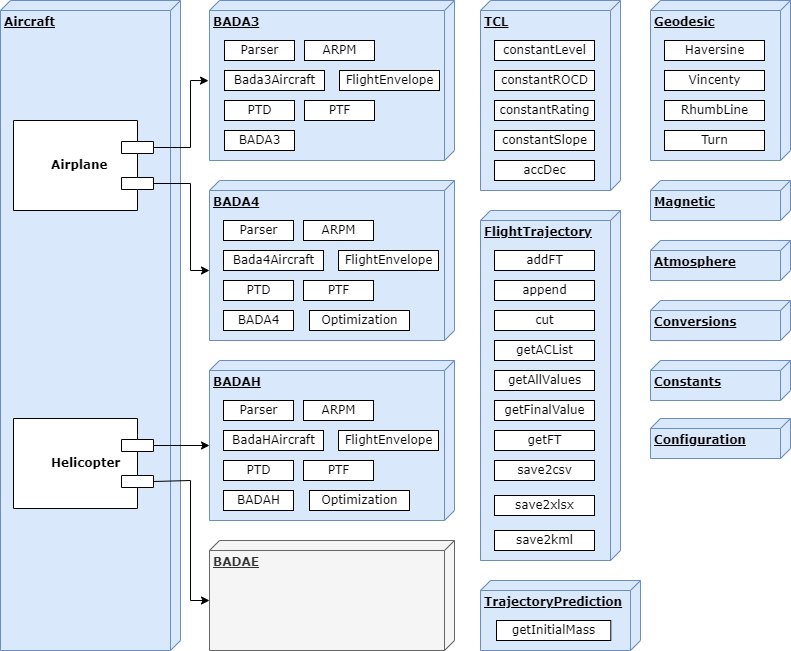
This is docs/source/_static/pyBADA_architecture.png from eurocontrol-bada/pybada, a draw.io export, as it was before one commit. Source tidied: cells renumbered, new cells last; positions are measured from the earlier drawing's top-left corner, leaving out a move shared by most shapes.
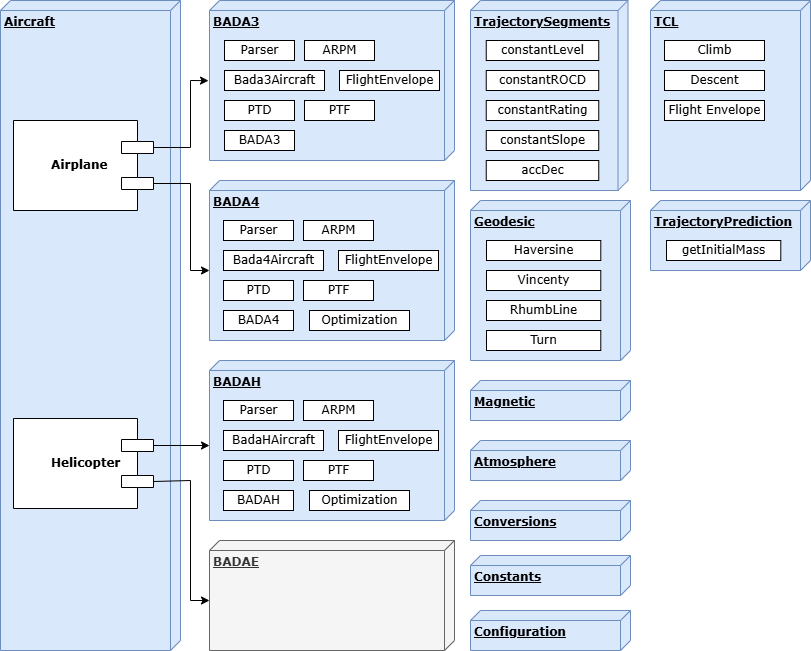
Later version of the same file.

Commit message:
minor update - architecture + 2 examples + myTypes update + MPL for BADA3 (#34)

Change to the diagram source:
```diff
@@ -133,97 +133,61 @@
       <mxGeometry x="13" y="418" width="140" height="90" as="geometry" />
     </mxCell>
     <mxCell id="40" style="group;fillColor=none;" parent="1" vertex="1">
-      <mxGeometry x="480" width="140" height="190" as="geometry" />
+      <mxGeometry x="470" width="180" height="190" as="geometry" />
     </mxCell>
-    <mxCell id="41" value="&lt;b&gt;TCL&lt;/b&gt;" style="verticalAlign=top;align=left;spacingTop=8;spacingLeft=2;spacingRight=12;shape=cube;size=10;direction=south;fontStyle=4;html=1;rounded=0;shadow=0;comic=0;labelBackgroundColor=none;strokeWidth=1;fontFamily=Verdana;fontSize=12;fillColor=#dae8fc;strokeColor=#6c8ebf;" parent="40" vertex="1">
-      <mxGeometry width="140" height="190" as="geometry" />
+    <mxCell id="41" value="&lt;b&gt;TrajectorySegments&lt;/b&gt;" style="verticalAlign=top;align=left;spacingTop=8;spacingLeft=2;spacingRight=12;shape=cube;size=10;direction=south;fontStyle=4;html=1;rounded=0;shadow=0;comic=0;labelBackgroundColor=none;strokeWidth=1;fontFamily=Verdana;fontSize=12;fillColor=#dae8fc;strokeColor=#6c8ebf;" parent="40" vertex="1">
+      <mxGeometry width="157.5" height="190" as="geometry" />
     </mxCell>
     <mxCell id="42" value="constantROCD" style="html=1;rounded=0;shadow=0;comic=0;labelBackgroundColor=none;strokeWidth=1;fontFamily=Verdana;fontSize=12;align=center;" parent="40" vertex="1">
-      <mxGeometry x="14" y="70" width="100" height="20" as="geometry" />
+      <mxGeometry x="15.8" y="70" width="112.5" height="20" as="geometry" />
     </mxCell>
     <mxCell id="43" value="accDec" style="html=1;rounded=0;shadow=0;comic=0;labelBackgroundColor=none;strokeWidth=1;fontFamily=Verdana;fontSize=12;align=center;" parent="40" vertex="1">
-      <mxGeometry x="14" y="160" width="100" height="20" as="geometry" />
+      <mxGeometry x="15.8" y="160" width="112.5" height="20" as="geometry" />
     </mxCell>
     <mxCell id="44" value="constantSlope" style="html=1;rounded=0;shadow=0;comic=0;labelBackgroundColor=none;strokeWidth=1;fontFamily=Verdana;fontSize=12;align=center;" parent="40" vertex="1">
-      <mxGeometry x="14" y="130" width="100" height="20" as="geometry" />
+      <mxGeometry x="15.8" y="130" width="112.5" height="20" as="geometry" />
     </mxCell>
     <mxCell id="45" value="constantRating" style="html=1;rounded=0;shadow=0;comic=0;labelBackgroundColor=none;strokeWidth=1;fontFamily=Verdana;fontSize=12;align=center;" parent="40" vertex="1">
-      <mxGeometry x="14" y="100" width="100" height="20" as="geometry" />
+      <mxGeometry x="15.8" y="100" width="112.5" height="20" as="geometry" />
     </mxCell>
     <mxCell id="46" value="constantLevel" style="html=1;rounded=0;shadow=0;comic=0;labelBackgroundColor=none;strokeWidth=1;fontFamily=Verdana;fontSize=12;align=center;" parent="40" vertex="1">
-      <mxGeometry x="14" y="40" width="100" height="20" as="geometry" />
+      <mxGeometry x="15.8" y="40" width="112.5" height="20" as="geometry" />
     </mxCell>
     <mxCell id="47" style="group;" parent="1" vertex="1">
-      <mxGeometry x="650" width="140" height="160" as="geometry" />
+      <mxGeometry x="470" y="200" width="160" height="160" as="geometry" />
     </mxCell>
     <mxCell id="48" value="&lt;b&gt;Geodesic&lt;/b&gt;" style="verticalAlign=top;align=left;spacingTop=8;spacingLeft=2;spacingRight=12;shape=cube;size=10;direction=south;fontStyle=4;html=1;rounded=0;shadow=0;comic=0;labelBackgroundColor=none;strokeWidth=1;fontFamily=Verdana;fontSize=12;fillColor=#dae8fc;strokeColor=#6c8ebf;" parent="47" vertex="1">
-      <mxGeometry width="140" height="160" as="geometry" />
+      <mxGeometry width="160" height="160" as="geometry" />
     </mxCell>
     <mxCell id="49" value="Vincenty" style="html=1;rounded=0;shadow=0;comic=0;labelBackgroundColor=none;strokeWidth=1;fontFamily=Verdana;fontSize=12;align=center;" parent="47" vertex="1">
-      <mxGeometry x="14" y="70" width="100" height="20" as="geometry" />
+      <mxGeometry x="16" y="70" width="114.3" height="20" as="geometry" />
     </mxCell>
     <mxCell id="50" value="Turn" style="html=1;rounded=0;shadow=0;comic=0;labelBackgroundColor=none;strokeWidth=1;fontFamily=Verdana;fontSize=12;align=center;" parent="47" vertex="1">
-      <mxGeometry x="14" y="130" width="100" height="20" as="geometry" />
+      <mxGeometry x="16" y="130" width="114.3" height="20" as="geometry" />
     </mxCell>
     <mxCell id="51" value="RhumbLine" style="html=1;rounded=0;shadow=0;comic=0;labelBackgroundColor=none;strokeWidth=1;fontFamily=Verdana;fontSize=12;align=center;" parent="47" vertex="1">
-      <mxGeometry x="14" y="100" width="100" height="20" as="geometry" />
+      <mxGeometry x="16" y="100" width="114.3" height="20" as="geometry" />
     </mxCell>
     <mxCell id="52" value="Haversine" style="html=1;rounded=0;shadow=0;comic=0;labelBackgroundColor=none;strokeWidth=1;fontFamily=Verdana;fontSize=12;align=center;" parent="47" vertex="1">
-      <mxGeometry x="14" y="40" width="100" height="20" as="geometry" />
+      <mxGeometry x="16" y="40" width="114.3" height="20" as="geometry" />
     </mxCell>
-    <mxCell id="53" style="group;" parent="1" vertex="1">
-      <mxGeometry x="480" y="210" width="140" height="350" as="geometry" />
-    </mxCell>
-    <mxCell id="54" value="&lt;b&gt;FlightTrajectory&lt;/b&gt;" style="verticalAlign=top;align=left;spacingTop=8;spacingLeft=2;spacingRight=12;shape=cube;size=10;direction=south;fontStyle=4;html=1;rounded=0;shadow=0;comic=0;labelBackgroundColor=none;strokeWidth=1;fontFamily=Verdana;fontSize=12;fillColor=#dae8fc;strokeColor=#6c8ebf;" parent="53" vertex="1">
-      <mxGeometry width="140" height="350" as="geometry" />
-    </mxCell>
-    <mxCell id="55" value="append" style="html=1;rounded=0;shadow=0;comic=0;labelBackgroundColor=none;strokeWidth=1;fontFamily=Verdana;fontSize=12;align=center;" parent="53" vertex="1">
-      <mxGeometry x="14" y="70" width="100" height="20" as="geometry" />
-    </mxCell>
-    <mxCell id="56" value="getAllValues" style="html=1;rounded=0;shadow=0;comic=0;labelBackgroundColor=none;strokeWidth=1;fontFamily=Verdana;fontSize=12;align=center;" parent="53" vertex="1">
-      <mxGeometry x="14" y="160" width="100" height="20" as="geometry" />
-    </mxCell>
-    <mxCell id="57" value="getACList" style="html=1;rounded=0;shadow=0;comic=0;labelBackgroundColor=none;strokeWidth=1;fontFamily=Verdana;fontSize=12;align=center;" parent="53" vertex="1">
-      <mxGeometry x="14" y="130" width="100" height="20" as="geometry" />
-    </mxCell>
-    <mxCell id="58" value="cut" style="html=1;rounded=0;shadow=0;comic=0;labelBackgroundColor=none;strokeWidth=1;fontFamily=Verdana;fontSize=12;align=center;" parent="53" vertex="1">
-      <mxGeometry x="14" y="100" width="100" height="20" as="geometry" />
-    </mxCell>
-    <mxCell id="59" value="addFT" style="html=1;rounded=0;shadow=0;comic=0;labelBackgroundColor=none;strokeWidth=1;fontFamily=Verdana;fontSize=12;align=center;" parent="53" vertex="1">
-      <mxGeometry x="14" y="40" width="100" height="20" as="geometry" />
-    </mxCell>
-    <mxCell id="60" value="getFT" style="html=1;rounded=0;shadow=0;comic=0;labelBackgroundColor=none;strokeWidth=1;fontFamily=Verdana;fontSize=12;align=center;" parent="53" vertex="1">
-      <mxGeometry x="14" y="220" width="100" height="20" as="geometry" />
-    </mxCell>
-    <mxCell id="61" value="getFinalValue" style="html=1;rounded=0;shadow=0;comic=0;labelBackgroundColor=none;strokeWidth=1;fontFamily=Verdana;fontSize=12;align=center;" parent="53" vertex="1">
-      <mxGeometry x="14" y="190" width="100" height="20" as="geometry" />
-    </mxCell>
-    <mxCell id="62" value="save2csv" style="html=1;rounded=0;shadow=0;comic=0;labelBackgroundColor=none;strokeWidth=1;fontFamily=Verdana;fontSize=12;align=center;" parent="53" vertex="1">
-      <mxGeometry x="14" y="250" width="100" height="20" as="geometry" />
-    </mxCell>
-    <mxCell id="63" value="save2xlsx" style="html=1;rounded=0;shadow=0;comic=0;labelBackgroundColor=none;strokeWidth=1;fontFamily=Verdana;fontSize=12;align=center;" parent="53" vertex="1">
-      <mxGeometry x="14" y="285" width="100" height="20" as="geometry" />
-    </mxCell>
-    <mxCell id="64" value="save2kml" style="html=1;rounded=0;shadow=0;comic=0;labelBackgroundColor=none;strokeWidth=1;fontFamily=Verdana;fontSize=12;align=center;" parent="53" vertex="1">
-      <mxGeometry x="14" y="320" width="100" height="20" as="geometry" />
-    </mxCell>
     <mxCell id="65" value="&lt;b&gt;Magnetic&lt;/b&gt;" style="verticalAlign=top;align=left;spacingTop=8;spacingLeft=2;spacingRight=12;shape=cube;size=10;direction=south;fontStyle=4;html=1;rounded=0;shadow=0;comic=0;labelBackgroundColor=none;strokeWidth=1;fontFamily=Verdana;fontSize=12;fillColor=#dae8fc;strokeColor=#6c8ebf;" parent="1" vertex="1">
-      <mxGeometry x="650" y="180" width="140" height="40" as="geometry" />
+      <mxGeometry x="470" y="380" width="160" height="40" as="geometry" />
     </mxCell>
     <mxCell id="66" value="&lt;b&gt;Atmosphere&lt;/b&gt;" style="verticalAlign=top;align=left;spacingTop=8;spacingLeft=2;spacingRight=12;shape=cube;size=10;direction=south;fontStyle=4;html=1;rounded=0;shadow=0;comic=0;labelBackgroundColor=none;strokeWidth=1;fontFamily=Verdana;fontSize=12;fillColor=#dae8fc;strokeColor=#6c8ebf;" parent="1" vertex="1">
-      <mxGeometry x="650" y="240" width="140" height="40" as="geometry" />
+      <mxGeometry x="470" y="440" width="160" height="40" as="geometry" />
     </mxCell>
     <mxCell id="67" value="&lt;b&gt;Conversions&lt;/b&gt;" style="verticalAlign=top;align=left;spacingTop=8;spacingLeft=2;spacingRight=12;shape=cube;size=10;direction=south;fontStyle=4;html=1;rounded=0;shadow=0;comic=0;labelBackgroundColor=none;strokeWidth=1;fontFamily=Verdana;fontSize=12;fillColor=#dae8fc;strokeColor=#6c8ebf;" parent="1" vertex="1">
-      <mxGeometry x="650" y="300" width="140" height="40" as="geometry" />
+      <mxGeometry x="470" y="500" width="160" height="40" as="geometry" />
     </mxCell>
     <mxCell id="68" value="&lt;b&gt;Constants&lt;/b&gt;" style="verticalAlign=top;align=left;spacingTop=8;spacingLeft=2;spacingRight=12;shape=cube;size=10;direction=south;fontStyle=4;html=1;rounded=0;shadow=0;comic=0;labelBackgroundColor=none;strokeWidth=1;fontFamily=Verdana;fontSize=12;fillColor=#dae8fc;strokeColor=#6c8ebf;" parent="1" vertex="1">
-      <mxGeometry x="650" y="360" width="140" height="40" as="geometry" />
+      <mxGeometry x="470" y="555" width="160" height="40" as="geometry" />
     </mxCell>
     <mxCell id="69" value="&lt;b&gt;Configuration&lt;/b&gt;" style="verticalAlign=top;align=left;spacingTop=8;spacingLeft=2;spacingRight=12;shape=cube;size=10;direction=south;fontStyle=4;html=1;rounded=0;shadow=0;comic=0;labelBackgroundColor=none;strokeWidth=1;fontFamily=Verdana;fontSize=12;fillColor=#dae8fc;strokeColor=#6c8ebf;" parent="1" vertex="1">
-      <mxGeometry x="650" y="418" width="140" height="40" as="geometry" />
+      <mxGeometry x="470" y="610" width="160" height="40" as="geometry" />
     </mxCell>
     <mxCell id="70" style="group;" parent="1" vertex="1">
-      <mxGeometry x="480" y="580" width="160" height="70" as="geometry" />
+      <mxGeometry x="650" y="200" width="160" height="70" as="geometry" />
     </mxCell>
     <mxCell id="71" value="&lt;b&gt;TrajectoryPrediction&lt;/b&gt;" style="verticalAlign=top;align=left;spacingTop=8;spacingLeft=2;spacingRight=12;shape=cube;size=10;direction=south;fontStyle=4;html=1;rounded=0;shadow=0;comic=0;labelBackgroundColor=none;strokeWidth=1;fontFamily=Verdana;fontSize=12;fillColor=#dae8fc;strokeColor=#6c8ebf;" parent="70" vertex="1">
       <mxGeometry width="160" height="70" as="geometry" />
@@ -231,5 +195,20 @@
     <mxCell id="72" value="getInitialMass" style="html=1;rounded=0;shadow=0;comic=0;labelBackgroundColor=none;strokeWidth=1;fontFamily=Verdana;fontSize=12;align=center;" parent="70" vertex="1">
       <mxGeometry x="16" y="40" width="114.3" height="20" as="geometry" />
     </mxCell>
+    <mxCell id="73" style="group;fillColor=none;" parent="1" vertex="1">
+      <mxGeometry x="650" width="160" height="190" as="geometry" />
+    </mxCell>
+    <mxCell id="74" value="&lt;b&gt;TCL&lt;/b&gt;" style="verticalAlign=top;align=left;spacingTop=8;spacingLeft=2;spacingRight=12;shape=cube;size=10;direction=south;fontStyle=4;html=1;rounded=0;shadow=0;comic=0;labelBackgroundColor=none;strokeWidth=1;fontFamily=Verdana;fontSize=12;fillColor=#dae8fc;strokeColor=#6c8ebf;" parent="73" vertex="1">
+      <mxGeometry width="160" height="190" as="geometry" />
+    </mxCell>
+    <mxCell id="75" value="Descent" style="html=1;rounded=0;shadow=0;comic=0;labelBackgroundColor=none;strokeWidth=1;fontFamily=Verdana;fontSize=12;align=center;" parent="73" vertex="1">
+      <mxGeometry x="14" y="70" width="100" height="20" as="geometry" />
+    </mxCell>
+    <mxCell id="76" value="Flight Envelope" style="html=1;rounded=0;shadow=0;comic=0;labelBackgroundColor=none;strokeWidth=1;fontFamily=Verdana;fontSize=12;align=center;" parent="73" vertex="1">
+      <mxGeometry x="14" y="100" width="100" height="20" as="geometry" />
+    </mxCell>
+    <mxCell id="77" value="Climb" style="html=1;rounded=0;shadow=0;comic=0;labelBackgroundColor=none;strokeWidth=1;fontFamily=Verdana;fontSize=12;align=center;" parent="73" vertex="1">
+      <mxGeometry x="14" y="40" width="100" height="20" as="geometry" />
+    </mxCell>
   </root>
 </mxGraphModel>
```
